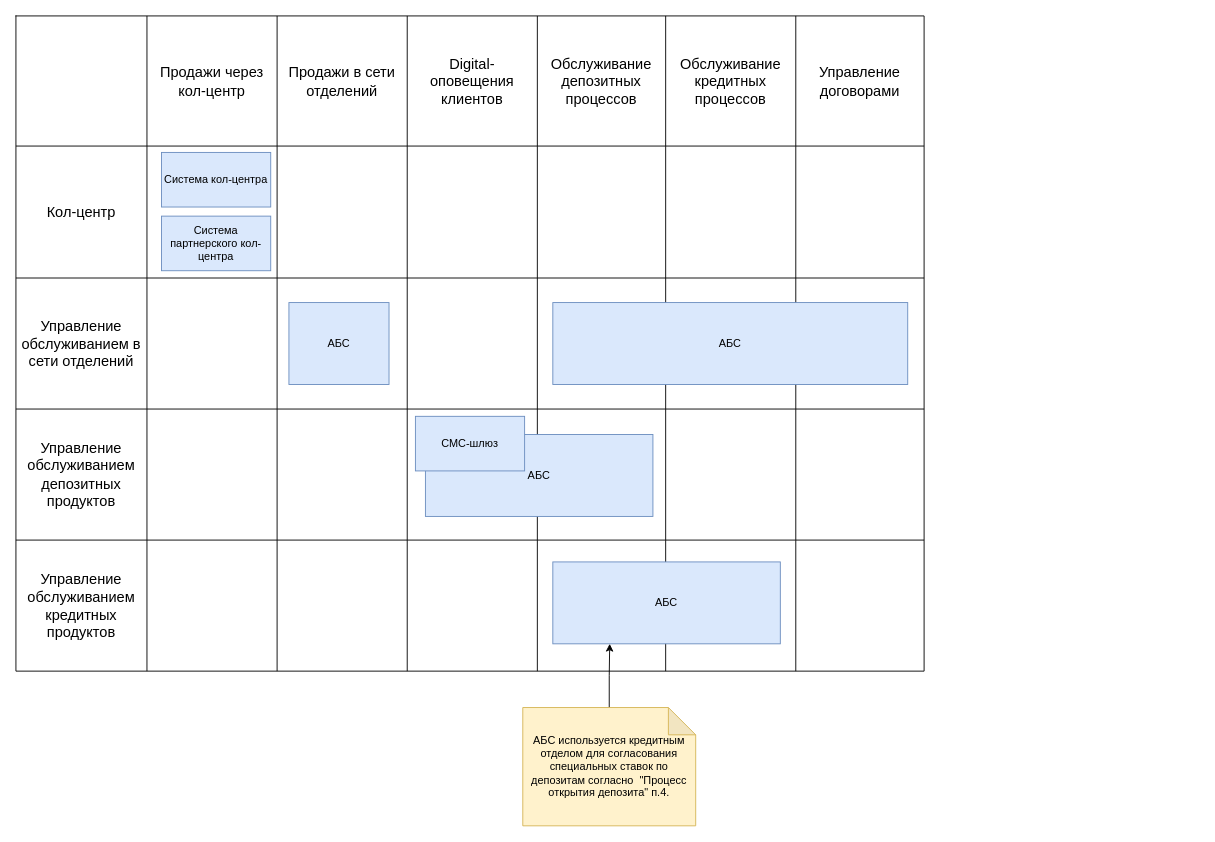
peter-st7/architecture-sprint-9 keeps this draw.io diagram as Exc1/IT-landscape-diagram.drawio. Above is the earlier version. Source tidied: cells renumbered, new cells numbered last; positions are measured from the earlier drawing's top-left corner, leaving out a move shared by most shapes. Both pictures are drawn from the tidied source at 91%, with x=0, y=0 at pixel (15, 15).
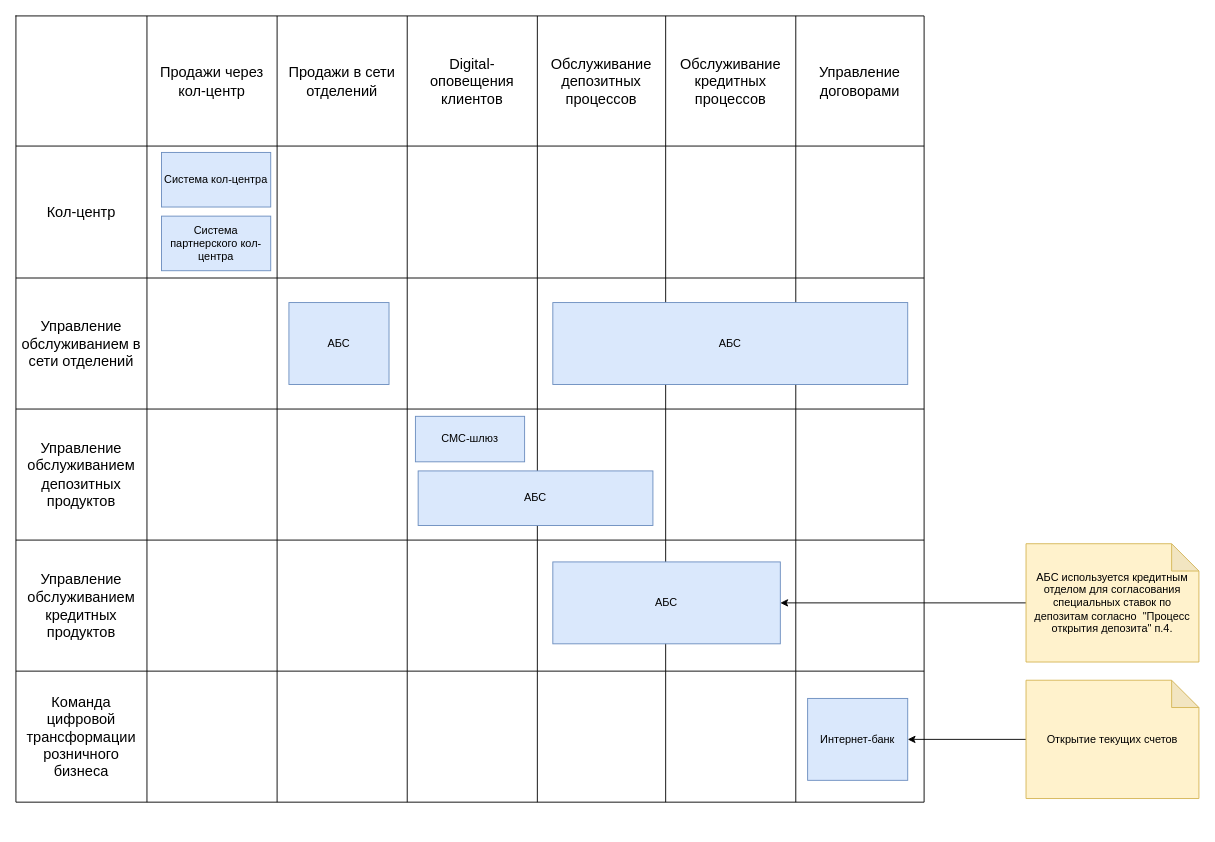
The same page after the edit.

The change refers to these unchanged cells:
```xml
<mxCell id="48" value="АБС" style="rounded=0;whiteSpace=wrap;html=1;fillColor=#dae8fc;strokeColor=#6c8ebf;" parent="1" vertex="1">
  <mxGeometry x="590" y="600" width="250" height="90" as="geometry" />
</mxCell>
```

Change to the diagram source:
```diff
@@
     <mxCell id="2" style="shape=table;startSize=0;childLayout=tableLayout;fontSize=16;" parent="1" vertex="1">
-      <mxGeometry width="998" height="720" as="geometry" />
+      <mxGeometry width="998" height="864" as="geometry" />
     </mxCell>
@@
+    <mxCell id="52" style="shape=tableRow;horizontal=0;startSize=0;swimlaneHead=0;swimlaneBody=0;strokeColor=inherit;top=0;left=0;bottom=0;right=0;fillColor=none;fontSize=16;" parent="2" vertex="1">
+      <mxGeometry y="720" width="998" height="144" as="geometry" />
+    </mxCell>
+    <mxCell id="53" value="Команда цифровой трансформации розничного бизнеса" style="shape=partialRectangle;html=1;whiteSpace=wrap;strokeColor=inherit;overflow=hidden;fillColor=none;top=0;left=0;bottom=0;right=0;fontSize=16;" parent="52" vertex="1">
+      <mxGeometry width="144" height="144" as="geometry" />
+    </mxCell>
+    <mxCell id="54" style="shape=partialRectangle;html=1;whiteSpace=wrap;strokeColor=inherit;overflow=hidden;fillColor=none;top=0;left=0;bottom=0;right=0;fontSize=16;" parent="52" vertex="1">
+      <mxGeometry x="144" width="143" height="144" as="geometry" />
+    </mxCell>
+    <mxCell id="55" style="shape=partialRectangle;html=1;whiteSpace=wrap;strokeColor=inherit;overflow=hidden;fillColor=none;top=0;left=0;bottom=0;right=0;fontSize=16;" parent="52" vertex="1">
+      <mxGeometry x="287" width="143" height="144" as="geometry" />
+    </mxCell>
+    <mxCell id="56" style="shape=partialRectangle;html=1;whiteSpace=wrap;strokeColor=inherit;overflow=hidden;fillColor=none;top=0;left=0;bottom=0;right=0;fontSize=16;" parent="52" vertex="1">
+      <mxGeometry x="430" width="143" height="144" as="geometry" />
+    </mxCell>
+    <mxCell id="57" style="shape=partialRectangle;html=1;whiteSpace=wrap;strokeColor=inherit;overflow=hidden;fillColor=none;top=0;left=0;bottom=0;right=0;fontSize=16;" parent="52" vertex="1">
+      <mxGeometry x="573" width="141" height="144" as="geometry" />
+    </mxCell>
+    <mxCell id="58" style="shape=partialRectangle;html=1;whiteSpace=wrap;strokeColor=inherit;overflow=hidden;fillColor=none;top=0;left=0;bottom=0;right=0;fontSize=16;" parent="52" vertex="1">
+      <mxGeometry x="714" width="143" height="144" as="geometry" />
+    </mxCell>
+    <mxCell id="59" style="shape=partialRectangle;html=1;whiteSpace=wrap;strokeColor=inherit;overflow=hidden;fillColor=none;top=0;left=0;bottom=0;right=0;fontSize=16;" parent="52" vertex="1">
+      <mxGeometry x="857" width="141" height="144" as="geometry" />
+    </mxCell>
@@
     <mxCell id="46" value="АБС" style="rounded=0;whiteSpace=wrap;html=1;fillColor=#dae8fc;strokeColor=#6c8ebf;" parent="1" vertex="1">
-      <mxGeometry x="450" y="460" width="250" height="90" as="geometry" />
+      <mxGeometry x="442" y="500" width="258" height="60" as="geometry" />
     </mxCell>
     <mxCell id="47" value="СМС-шлюз" style="rounded=0;whiteSpace=wrap;html=1;fillColor=#dae8fc;strokeColor=#6c8ebf;" parent="1" vertex="1">
-      <mxGeometry x="439" y="440" width="120" height="60" as="geometry" />
+      <mxGeometry x="439" y="440" width="120" height="50" as="geometry" />
     </mxCell>
@@
-    <mxCell id="50" style="edgeStyle=orthogonalEdgeStyle;rounded=0;jettySize=auto;html=1;entryX=0.25;entryY=1;entryDx=0;entryDy=0;" parent="1" edge="1" source="51" target="48">
+    <mxCell id="50" style="edgeStyle=orthogonalEdgeStyle;rounded=0;jettySize=auto;html=1;entryX=1;entryY=0.5;entryDx=0;entryDy=0;" parent="1" edge="1" source="51" target="48">
       <mxGeometry relative="1" as="geometry" />
     </mxCell>
     <mxCell id="51" value="АБС используется кредитным отделом для согласования специальных ставок по депозитам согласно&amp;nbsp; &quot;Процесс открытия депозита&quot; п.4. " style="shape=note;whiteSpace=wrap;html=1;backgroundOutline=1;darkOpacity=0.05;fillColor=#fff2cc;strokeColor=#d6b656;" parent="1" vertex="1">
-      <mxGeometry x="557" y="760" width="190" height="130" as="geometry" />
+      <mxGeometry x="1110" y="580" width="190" height="130" as="geometry" />
     </mxCell>
+    <mxCell id="60" value="Интернет-банк" style="rounded=0;whiteSpace=wrap;html=1;fillColor=#dae8fc;strokeColor=#6c8ebf;" parent="1" vertex="1">
+      <mxGeometry x="870" y="750" width="110" height="90" as="geometry" />
+    </mxCell>
+    <mxCell id="61" style="edgeStyle=orthogonalEdgeStyle;rounded=0;jettySize=auto;html=1;entryX=1;entryY=0.5;entryDx=0;entryDy=0;" parent="1" edge="1" source="62" target="60">
+      <mxGeometry relative="1" as="geometry" />
+    </mxCell>
+    <mxCell id="62" value="Открытие текущих счетов" style="shape=note;whiteSpace=wrap;html=1;backgroundOutline=1;darkOpacity=0.05;fillColor=#fff2cc;strokeColor=#d6b656;" parent="1" vertex="1">
+      <mxGeometry x="1110" y="730" width="190" height="130" as="geometry" />
+    </mxCell>
```
